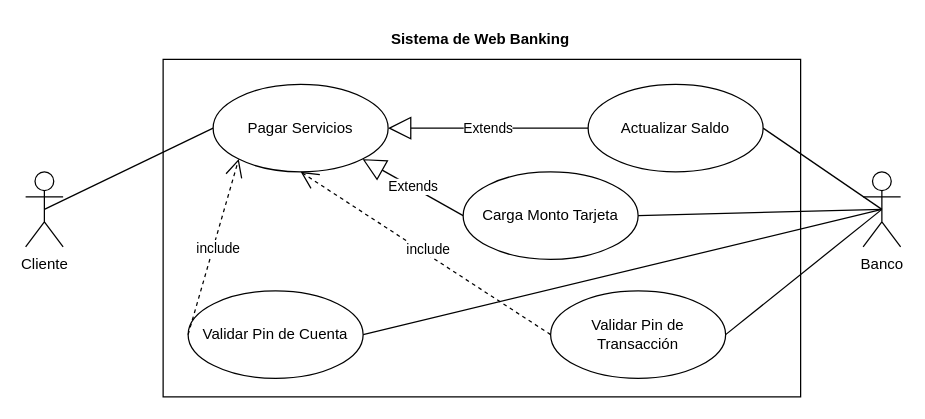
The draw.io diagram parcial/Casos de Uso/Caso_de_Uso_Pago_Servicios.drawio in elias-gill-UNA/Compartido, before the edit. Source tidied: cells renumbered, new cells numbered last; positions are measured from the earlier drawing's top-left corner, leaving out a move shared by most shapes. Both pictures are drawn from the tidied source at 125%, with x=0, y=0 at pixel (25, 21).
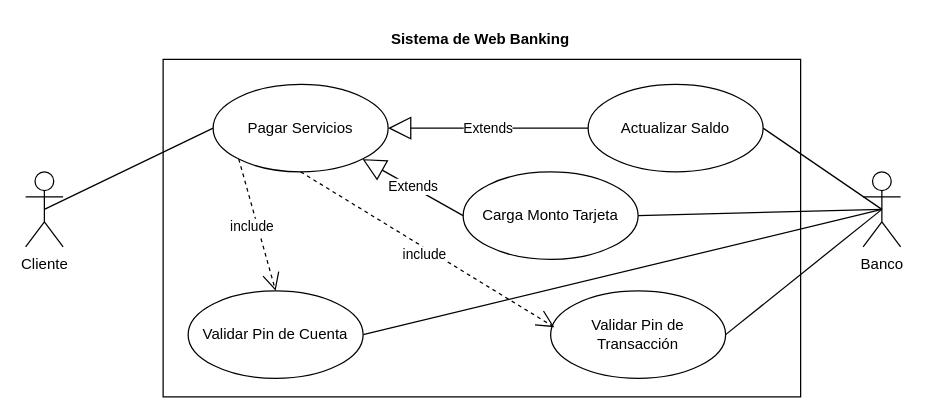
The same diagram, later.

The edit, as a diff of the source:
```diff
@@
 <mxGraphModel>
   <root>
     <mxCell id="0" />
     <mxCell id="1" parent="0" />
     <mxCell id="2" style="html=1;" parent="1" vertex="1">
       <mxGeometry x="110" y="30" width="510" height="270" as="geometry" />
     </mxCell>
     <mxCell id="3" value="Cliente" style="shape=umlActor;verticalLabelPosition=bottom;verticalAlign=top;html=1;" parent="1" vertex="1">
       <mxGeometry y="120" width="30" height="60" as="geometry" />
     </mxCell>
     <mxCell id="4" value="Sistema de Web Banking" style="text;align=center;fontStyle=1;verticalAlign=middle;spacingLeft=3;spacingRight=3;strokeColor=none;" parent="1" vertex="1">
       <mxGeometry x="324" width="80" height="26" as="geometry" />
     </mxCell>
     <mxCell id="5" value="Banco" style="shape=umlActor;verticalLabelPosition=bottom;verticalAlign=top;html=1;" parent="1" vertex="1">
       <mxGeometry x="670" y="120" width="30" height="60" as="geometry" />
     </mxCell>
     <mxCell id="6" value="Pagar Servicios" style="ellipse;whiteSpace=wrap;html=1;" parent="1" vertex="1">
       <mxGeometry x="150" y="50" width="140" height="70" as="geometry" />
     </mxCell>
     <mxCell id="7" value="Actualizar Saldo" style="ellipse;whiteSpace=wrap;html=1;" parent="1" vertex="1">
       <mxGeometry x="450" y="50" width="140" height="70" as="geometry" />
     </mxCell>
     <mxCell id="8" style="endArrow=none;html=1;rounded=0;entryX=0.5;entryY=0.5;entryDx=0;entryDy=0;entryPerimeter=0;exitX=1;exitY=0.5;exitDx=0;exitDy=0;" parent="1" edge="1" source="7" target="5">
       <mxGeometry relative="1" as="geometry" />
     </mxCell>
     <mxCell id="9" style="endArrow=none;html=1;rounded=0;exitX=0.5;exitY=0.5;exitDx=0;exitDy=0;exitPerimeter=0;entryX=0;entryY=0.5;entryDx=0;entryDy=0;" parent="1" edge="1" source="3" target="6">
       <mxGeometry relative="1" as="geometry" />
     </mxCell>
     <mxCell id="10" value="Carga Monto Tarjeta" style="ellipse;whiteSpace=wrap;html=1;" parent="1" vertex="1">
       <mxGeometry x="350" y="120" width="140" height="70" as="geometry" />
     </mxCell>
     <mxCell id="11" value="Extends" style="endArrow=block;endSize=16;endFill=0;html=1;rounded=0;exitX=0;exitY=0.5;exitDx=0;exitDy=0;entryX=1;entryY=1;entryDx=0;entryDy=0;" parent="1" edge="1" source="10" target="6">
       <mxGeometry relative="1" as="geometry" />
     </mxCell>
     <mxCell id="12" value="Extends" style="endArrow=block;endSize=16;endFill=0;html=1;rounded=0;exitX=0;exitY=0.5;exitDx=0;exitDy=0;entryX=1;entryY=0.5;entryDx=0;entryDy=0;" parent="1" edge="1" source="7" target="6">
       <mxGeometry relative="1" as="geometry" />
     </mxCell>
     <mxCell id="13" style="endArrow=none;html=1;rounded=0;entryX=0.5;entryY=0.5;entryDx=0;entryDy=0;entryPerimeter=0;exitX=1;exitY=0.5;exitDx=0;exitDy=0;" parent="1" edge="1" source="10" target="5">
       <mxGeometry relative="1" as="geometry" />
     </mxCell>
     <mxCell id="14" style="endArrow=none;html=1;rounded=0;entryX=0.5;entryY=0.5;entryDx=0;entryDy=0;entryPerimeter=0;exitX=1;exitY=0.5;exitDx=0;exitDy=0;" parent="1" edge="1" source="15" target="5">
       <mxGeometry relative="1" as="geometry" />
     </mxCell>
     <mxCell id="15" value="Validar Pin de Transacción" style="ellipse;whiteSpace=wrap;html=1;" parent="1" vertex="1">
       <mxGeometry x="420" y="215.2" width="140" height="70" as="geometry" />
     </mxCell>
-    <mxCell id="16" value="include" style="endArrow=open;endSize=12;dashed=1;html=1;rounded=0;entryX=0.5;entryY=1;entryDx=0;entryDy=0;exitX=0;exitY=0.5;exitDx=0;exitDy=0;" parent="1" edge="1" source="15" target="6">
+    <mxCell id="16" value="include" style="endArrow=open;endSize=12;dashed=1;html=1;rounded=0;entryX=0.021;entryY=0.415;entryDx=0;entryDy=0;exitX=0.5;exitY=1;exitDx=0;exitDy=0;entryPerimeter=0;" parent="1" edge="1" source="6" target="15">
       <mxGeometry y="-4" relative="1" as="geometry" />
     </mxCell>
     <mxCell id="17" style="endArrow=none;html=1;rounded=0;entryX=0.5;entryY=0.5;entryDx=0;entryDy=0;entryPerimeter=0;exitX=1;exitY=0.5;exitDx=0;exitDy=0;" parent="1" edge="1" source="18" target="5">
       <mxGeometry relative="1" as="geometry" />
     </mxCell>
     <mxCell id="18" value="Validar Pin de Cuenta" style="ellipse;whiteSpace=wrap;html=1;" parent="1" vertex="1">
       <mxGeometry x="130" y="215.2" width="140" height="70" as="geometry" />
     </mxCell>
-    <mxCell id="19" value="include" style="endArrow=open;endSize=12;dashed=1;html=1;rounded=0;exitX=0;exitY=0.5;exitDx=0;exitDy=0;entryX=0;entryY=1;entryDx=0;entryDy=0;" parent="1" edge="1" source="18" target="6">
+    <mxCell id="19" value="include" style="endArrow=open;endSize=12;dashed=1;html=1;rounded=0;exitX=0;exitY=1;exitDx=0;exitDy=0;entryX=0.5;entryY=0;entryDx=0;entryDy=0;" parent="1" edge="1" source="6" target="18">
       <mxGeometry y="-4" relative="1" as="geometry" />
     </mxCell>
   </root>
 </mxGraphModel>
```
